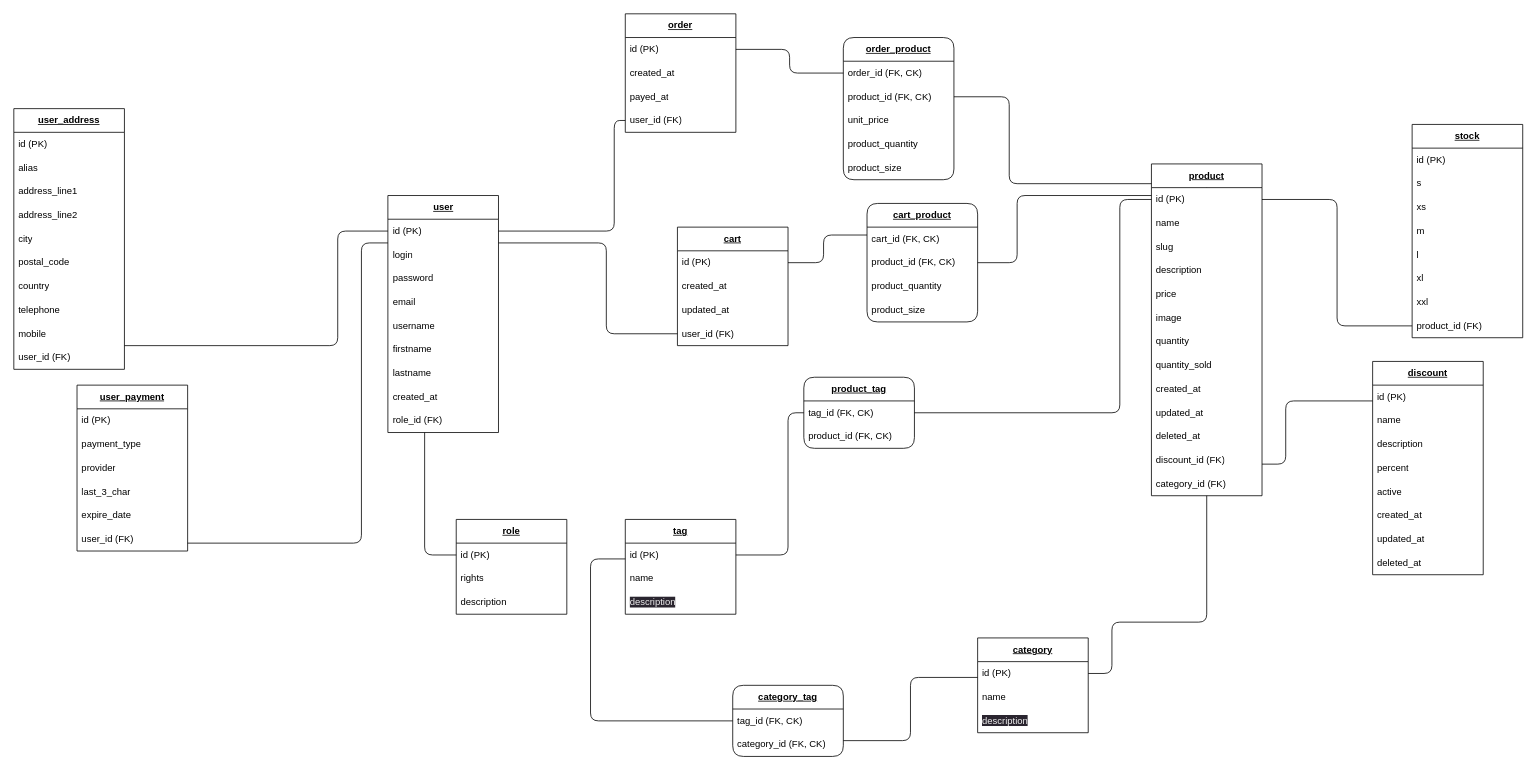
Above: resources/mld.drawio in felix-hauger/boutique-en-ligne (draw.io), before the change. Source tidied: cells renumbered, new cells numbered last; positions are measured from the earlier drawing's top-left corner, leaving out a move shared by most shapes. Both pictures are drawn from the tidied source at 79%, with x=0, y=0 at pixel (13, 13).
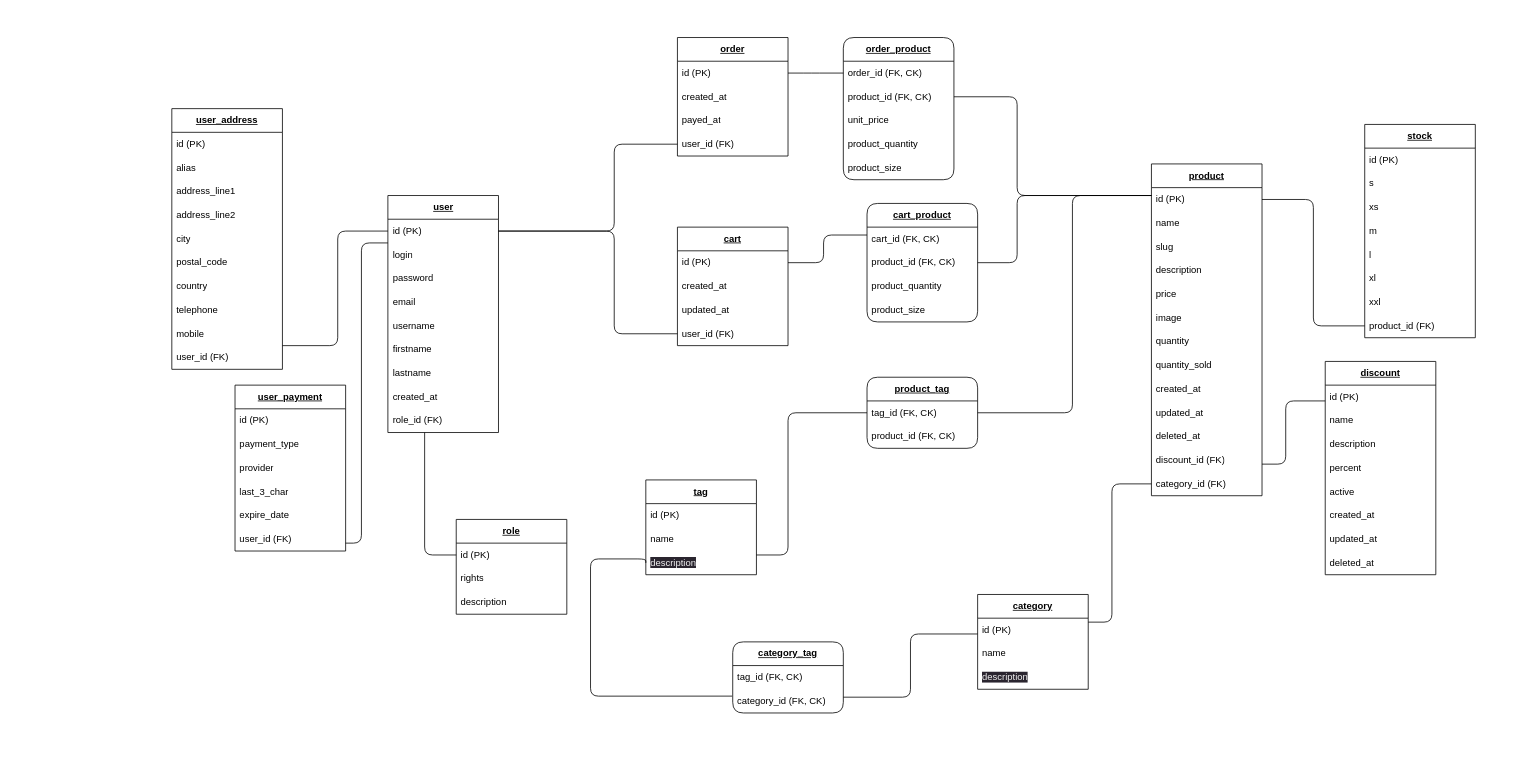
After the change.

Unchanged cells that the change refers to:
```xml
<mxCell id="4" value="&lt;b&gt;&lt;u&gt;user&lt;/u&gt;&lt;/b&gt;" style="swimlane;fontStyle=0;horizontal=1;startSize=30;whiteSpace=wrap;html=1;" parent="1" vertex="1">
  <mxGeometry x="473.5" y="230" width="140" height="300" as="geometry" />
</mxCell>
<mxCell id="5" value="id (PK)" style="text;strokeColor=none;fillColor=none;align=left;verticalAlign=middle;spacingLeft=4;spacingRight=4;overflow=hidden;points=[[0,0.5],[1,0.5]];portConstraint=eastwest;whiteSpace=wrap;html=1;" parent="4" vertex="1">
  <mxGeometry y="30" width="140" height="30" as="geometry" />
</mxCell>
<mxCell id="15" value="id (PK)" style="text;strokeColor=none;fillColor=none;align=left;verticalAlign=middle;spacingLeft=4;spacingRight=4;overflow=hidden;points=[[0,0.5],[1,0.5]];portConstraint=eastwest;whiteSpace=wrap;html=1;" parent="14" vertex="1">
  <mxGeometry y="30" width="140" height="30" as="geometry" />
</mxCell>
<mxCell id="18" value="user_id (FK)" style="text;strokeColor=none;fillColor=none;align=left;verticalAlign=middle;spacingLeft=4;spacingRight=4;overflow=hidden;points=[[0,0.5],[1,0.5]];portConstraint=eastwest;whiteSpace=wrap;html=1;" parent="14" vertex="1">
  <mxGeometry y="120" width="140" height="30" as="geometry" />
</mxCell>
<mxCell id="24" value="user_id (FK)" style="text;strokeColor=none;fillColor=none;align=left;verticalAlign=middle;spacingLeft=4;spacingRight=4;overflow=hidden;points=[[0,0.5],[1,0.5]];portConstraint=eastwest;whiteSpace=wrap;html=1;" parent="20" vertex="1">
  <mxGeometry y="120" width="140" height="30" as="geometry" />
</mxCell>
<mxCell id="32" value="id (PK)" style="text;strokeColor=none;fillColor=none;align=left;verticalAlign=middle;spacingLeft=4;spacingRight=4;overflow=hidden;points=[[0,0.5],[1,0.5]];portConstraint=eastwest;whiteSpace=wrap;html=1;" parent="31" vertex="1">
  <mxGeometry y="30" width="140" height="30" as="geometry" />
</mxCell>
<mxCell id="38" value="id (PK)" style="text;strokeColor=none;fillColor=none;align=left;verticalAlign=middle;spacingLeft=4;spacingRight=4;overflow=hidden;points=[[0,0.5],[1,0.5]];portConstraint=eastwest;whiteSpace=wrap;html=1;" parent="37" vertex="1">
  <mxGeometry y="30" width="140" height="30" as="geometry" />
</mxCell>
<mxCell id="40" value="&lt;span style=&quot;color: rgb(240, 240, 240); font-family: Helvetica; font-size: 12px; font-style: normal; font-variant-ligatures: normal; font-variant-caps: normal; font-weight: 400; letter-spacing: normal; orphans: 2; text-align: left; text-indent: 0px; text-transform: none; widows: 2; word-spacing: 0px; -webkit-text-stroke-width: 0px; background-color: rgb(42, 37, 47); text-decoration-thickness: initial; text-decoration-style: initial; text-decoration-color: initial; float: none; display: inline !important;&quot;&gt;description&lt;/span&gt;" style="text;strokeColor=none;fillColor=none;align=left;verticalAlign=middle;spacingLeft=4;spacingRight=4;overflow=hidden;points=[[0,0.5],[1,0.5]];portConstraint=eastwest;whiteSpace=wrap;html=1;" parent="37" vertex="1">
  <mxGeometry y="90" width="140" height="30" as="geometry" />
</mxCell>
<mxCell id="67" value="id (PK)" style="text;strokeColor=none;fillColor=none;align=left;verticalAlign=middle;spacingLeft=4;spacingRight=4;overflow=hidden;points=[[0,0.5],[1,0.5]];portConstraint=eastwest;whiteSpace=wrap;html=1;" parent="66" vertex="1">
  <mxGeometry y="30" width="140" height="30" as="geometry" />
</mxCell>
<mxCell id="91" value="&lt;b&gt;&lt;u&gt;order_product&lt;/u&gt;&lt;/b&gt;" style="swimlane;fontStyle=0;horizontal=1;startSize=30;whiteSpace=wrap;html=1;rounded=1;" parent="1" vertex="1">
  <mxGeometry x="1050" y="30" width="140" height="180" as="geometry" />
</mxCell>
<mxCell id="92" value="order_id (FK, CK)" style="text;strokeColor=none;fillColor=none;align=left;verticalAlign=middle;spacingLeft=4;spacingRight=4;overflow=hidden;points=[[0,0.5],[1,0.5]];portConstraint=eastwest;whiteSpace=wrap;html=1;" parent="91" vertex="1">
  <mxGeometry y="30" width="140" height="30" as="geometry" />
</mxCell>
<mxCell id="109" value="tag_id (FK, CK)" style="text;strokeColor=none;fillColor=none;align=left;verticalAlign=middle;spacingLeft=4;spacingRight=4;overflow=hidden;points=[[0,0.5],[1,0.5]];portConstraint=eastwest;whiteSpace=wrap;html=1;" parent="108" vertex="1">
  <mxGeometry y="30" width="140" height="30" as="geometry" />
</mxCell>
<mxCell id="110" value="category_id (FK, CK)" style="text;strokeColor=none;fillColor=none;align=left;verticalAlign=middle;spacingLeft=4;spacingRight=4;overflow=hidden;points=[[0,0.5],[1,0.5]];portConstraint=eastwest;whiteSpace=wrap;html=1;" parent="108" vertex="1">
  <mxGeometry y="60" width="140" height="30" as="geometry" />
</mxCell>
```

Diff of the diagram source:
```diff
@@
     <mxCell id="2" style="edgeStyle=orthogonalEdgeStyle;rounded=1;html=1;strokeColor=default;fontSize=12;endArrow=none;endFill=0;" parent="1" edge="1" source="5" target="24">
       <mxGeometry relative="1" as="geometry">
         <Array as="points">
-          <mxPoint x="750" y="290" />
-          <mxPoint x="750" y="405" />
+          <mxPoint x="760" y="275" />
+          <mxPoint x="760" y="405" />
         </Array>
       </mxGeometry>
     </mxCell>
@@
     <mxCell id="14" value="&lt;b&gt;&lt;u&gt;order&lt;/u&gt;&lt;/b&gt;" style="swimlane;fontStyle=0;horizontal=1;startSize=30;whiteSpace=wrap;html=1;" parent="1" vertex="1">
-      <mxGeometry x="774" width="140" height="150" as="geometry" />
+      <mxGeometry x="840" y="30" width="140" height="150" as="geometry" />
     </mxCell>
@@
     <mxCell id="29" style="group;" parent="1" vertex="1">
-      <mxGeometry x="1110" y="750" width="260" height="130" as="geometry" />
+      <mxGeometry x="1110" y="695" width="260" height="130" as="geometry" />
     </mxCell>
@@
     <mxCell id="35" style="group;" parent="1" vertex="1">
-      <mxGeometry x="774" y="610" width="140" height="150" as="geometry" />
+      <mxGeometry x="800" y="560" width="140" height="150" as="geometry" />
     </mxCell>
@@
     <mxCell id="41" style="edgeStyle=orthogonalEdgeStyle;rounded=1;html=1;strokeColor=default;startArrow=none;endArrow=none;endFill=0;" parent="1" edge="1" source="110" target="32">
       <mxGeometry relative="1" as="geometry">
         <Array as="points">
-          <mxPoint x="1135" y="920" />
-          <mxPoint x="1135" y="840" />
+          <mxPoint x="1135" y="865" />
+          <mxPoint x="1135" y="785" />
         </Array>
       </mxGeometry>
     </mxCell>
@@
     <mxCell id="43" style="edgeStyle=orthogonalEdgeStyle;rounded=1;html=1;strokeColor=default;startArrow=none;endArrow=none;endFill=0;" parent="1" edge="1" source="91" target="67">
       <mxGeometry relative="1" as="geometry">
         <Array as="points">
-          <mxPoint x="1260" y="105" />
-          <mxPoint x="1260" y="215" />
+          <mxPoint x="1270" y="105" />
+          <mxPoint x="1270" y="230" />
         </Array>
       </mxGeometry>
     </mxCell>
-    <mxCell id="44" style="edgeStyle=orthogonalEdgeStyle;rounded=1;html=1;strokeColor=default;fontSize=12;endArrow=none;endFill=0;" parent="1" edge="1" source="4" target="18">
+    <mxCell id="44" style="edgeStyle=orthogonalEdgeStyle;rounded=1;html=1;strokeColor=default;fontSize=12;endArrow=none;endFill=0;entryX=0;entryY=0.5;entryDx=0;entryDy=0;" parent="1" edge="1" source="4" target="18">
       <mxGeometry relative="1" as="geometry">
         <Array as="points">
           <mxPoint x="760" y="275" />
+          <mxPoint x="760" y="165" />
         </Array>
       </mxGeometry>
     </mxCell>
@@
     <mxCell id="46" value="&lt;b&gt;&lt;u&gt;user_address&lt;/u&gt;&lt;/b&gt;" style="swimlane;fontStyle=0;horizontal=1;startSize=30;whiteSpace=wrap;html=1;" parent="1" vertex="1">
-      <mxGeometry y="120" width="140" height="330" as="geometry" />
+      <mxGeometry x="200" y="120" width="140" height="330" as="geometry" />
     </mxCell>
@@
     <mxCell id="57" value="&lt;b&gt;&lt;u&gt;user_payment&lt;br&gt;&lt;/u&gt;&lt;/b&gt;" style="swimlane;fontStyle=0;horizontal=1;startSize=30;whiteSpace=wrap;html=1;" parent="1" vertex="1">
-      <mxGeometry x="80" y="470" width="140" height="210" as="geometry" />
+      <mxGeometry x="280" y="470" width="140" height="210" as="geometry" />
     </mxCell>
@@
     <mxCell id="80" value="&lt;b&gt;&lt;u&gt;discount&lt;/u&gt;&lt;/b&gt;" style="swimlane;fontStyle=0;horizontal=1;startSize=30;whiteSpace=wrap;html=1;" parent="1" vertex="1">
-      <mxGeometry x="1720" y="440" width="140" height="270" as="geometry" />
+      <mxGeometry x="1660" y="440" width="140" height="270" as="geometry" />
     </mxCell>
@@
-    <mxCell id="90" style="edgeStyle=orthogonalEdgeStyle;rounded=1;html=1;strokeColor=default;endArrow=none;" parent="1" edge="1" source="15" target="92">
-      <mxGeometry relative="1" as="geometry" />
+    <mxCell id="90" style="edgeStyle=orthogonalEdgeStyle;rounded=1;html=1;strokeColor=default;endArrow=none;entryX=0;entryY=0.5;entryDx=0;entryDy=0;exitX=1;exitY=0.5;exitDx=0;exitDy=0;" parent="1" edge="1" source="15" target="92">
+      <mxGeometry relative="1" as="geometry">
+        <Array as="points">
+          <mxPoint x="1010" y="75" />
+          <mxPoint x="1010" y="75" />
+        </Array>
+      </mxGeometry>
     </mxCell>
@@
     <mxCell id="103" style="edgeStyle=orthogonalEdgeStyle;rounded=1;html=1;strokeColor=default;endArrow=none;" parent="1" edge="1" source="67" target="104">
       <mxGeometry relative="1" as="geometry">
         <Array as="points">
-          <mxPoint x="1400" y="235" />
-          <mxPoint x="1400" y="505" />
+          <mxPoint x="1340" y="230" />
+          <mxPoint x="1340" y="505" />
         </Array>
       </mxGeometry>
     </mxCell>
     <mxCell id="104" value="&lt;b&gt;&lt;u&gt;product_&lt;/u&gt;&lt;/b&gt;&lt;b&gt;&lt;u&gt;tag&lt;/u&gt;&lt;/b&gt;&lt;b&gt;&lt;u&gt;&lt;br&gt;&lt;/u&gt;&lt;/b&gt;" style="swimlane;fontStyle=0;horizontal=1;startSize=30;whiteSpace=wrap;html=1;rounded=1;" parent="1" vertex="1">
-      <mxGeometry x="1000" y="460" width="140" height="90" as="geometry" />
+      <mxGeometry x="1080" y="460" width="140" height="90" as="geometry" />
     </mxCell>
@@
-    <mxCell id="107" style="edgeStyle=orthogonalEdgeStyle;rounded=1;html=1;strokeColor=default;endArrow=none;" parent="1" edge="1" source="38" target="109">
+    <mxCell id="107" style="edgeStyle=orthogonalEdgeStyle;rounded=1;html=1;strokeColor=default;endArrow=none;exitX=0;exitY=0.5;exitDx=0;exitDy=0;entryX=-0.005;entryY=0.289;entryDx=0;entryDy=0;entryPerimeter=0;" parent="1" edge="1" source="40" target="110">
       <mxGeometry relative="1" as="geometry">
         <Array as="points">
+          <mxPoint x="800" y="690" />
           <mxPoint x="730" y="690" />
-          <mxPoint x="730" y="895" />
+          <mxPoint x="730" y="864" />
         </Array>
       </mxGeometry>
     </mxCell>
     <mxCell id="108" value="&lt;b&gt;&lt;u&gt;category_tag&lt;br&gt;&lt;/u&gt;&lt;/b&gt;" style="swimlane;fontStyle=0;horizontal=1;startSize=30;whiteSpace=wrap;html=1;rounded=1;" parent="1" vertex="1">
-      <mxGeometry x="910" y="850" width="140" height="90" as="geometry" />
+      <mxGeometry x="910" y="795" width="140" height="90" as="geometry" />
     </mxCell>
@@
     <mxCell id="111" value="&lt;b&gt;&lt;u&gt;stock&lt;/u&gt;&lt;/b&gt;" style="swimlane;fontStyle=0;horizontal=1;startSize=30;whiteSpace=wrap;html=1;" parent="1" vertex="1">
-      <mxGeometry x="1770" y="140" width="140" height="270" as="geometry" />
+      <mxGeometry x="1710" y="140" width="140" height="270" as="geometry" />
     </mxCell>
```
